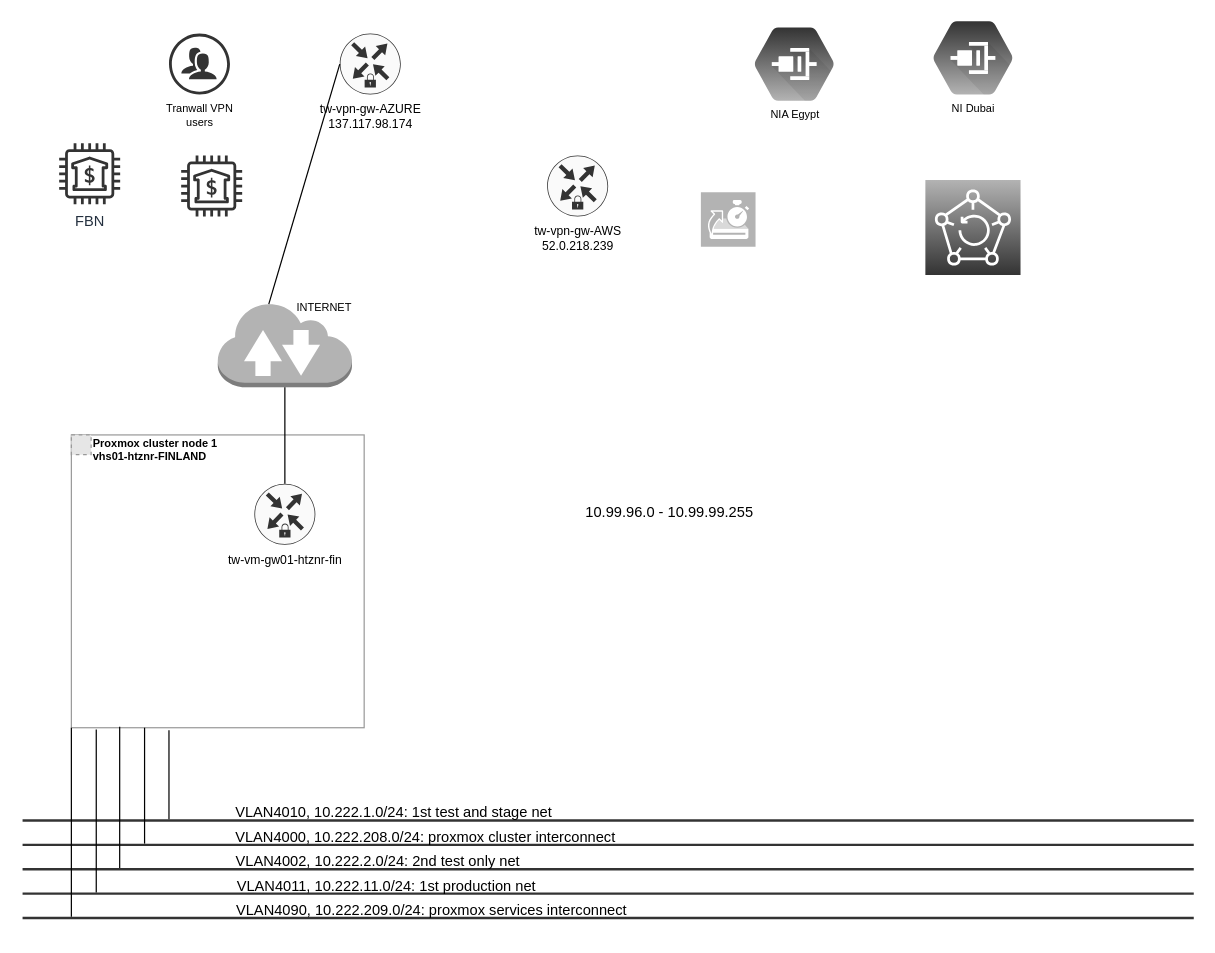
7ak/draw.io keeps this draw.io diagram as net-ge-home.drawio. Above is the earlier version. Source tidied: cells renumbered, new cells numbered last; positions are measured from the earlier drawing's top-left corner, leaving out a move shared by most shapes. Both pictures are drawn from the tidied source at 122%, with x=0, y=0 at pixel (22, 21). Pictures stored in the file or linked from it are replaced by grey dashed boxes.
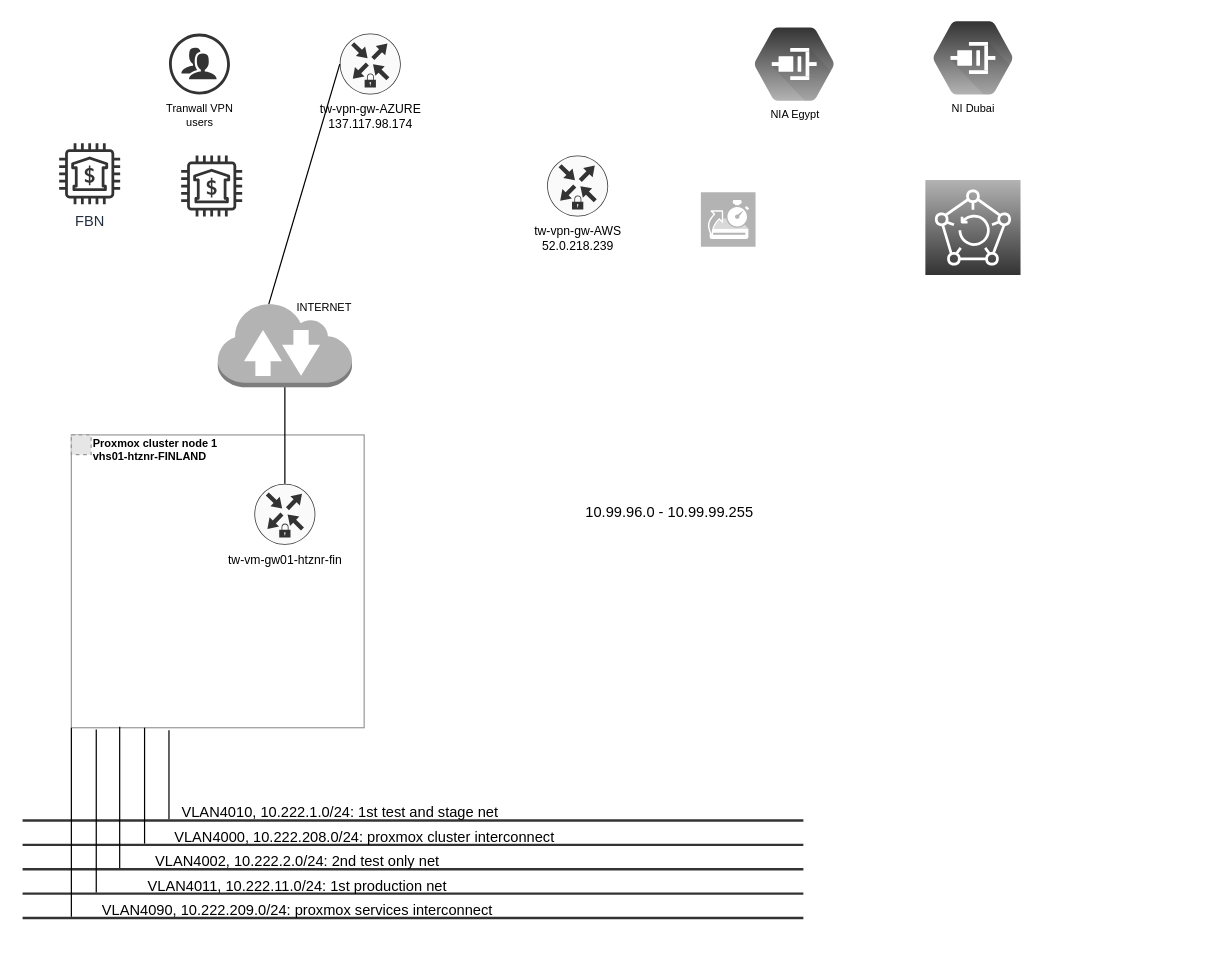
The same diagram, later.

Change to the diagram source:
```diff
@@
-    <mxCell id="6" value="&lt;p style=&quot;line-height: 190%&quot;&gt;&lt;/p&gt;&lt;div&gt;&lt;/div&gt;VLAN4090, 10.222.209.0/24: proxmox services interconnect&lt;br&gt;&lt;p&gt;&lt;/p&gt;" style="line;strokeWidth=2;html=1;perimeter=backbonePerimeter;points=[];outlineConnect=0;strokeColor=#333333;spacingTop=0;verticalAlign=bottom;spacing=0;labelBackgroundColor=none;align=center;labelPosition=center;verticalLabelPosition=top;spacingBottom=-18;spacingRight=290;" parent="1" vertex="1">
-      <mxGeometry y="730" width="960" height="10" as="geometry" />
+    <mxCell id="6" value="&lt;p style=&quot;line-height: 190%&quot;&gt;&lt;/p&gt;&lt;div&gt;&lt;/div&gt;VLAN4090, 10.222.209.0/24: proxmox services interconnect&lt;br&gt;&lt;p&gt;&lt;/p&gt;" style="line;strokeWidth=2;html=1;perimeter=backbonePerimeter;points=[];outlineConnect=0;strokeColor=#333333;spacingTop=0;verticalAlign=bottom;spacing=0;labelBackgroundColor=none;align=center;labelPosition=center;verticalLabelPosition=top;spacingBottom=-18;spacingRight=190;" parent="1" vertex="1">
+      <mxGeometry y="730" width="640" height="10" as="geometry" />
     </mxCell>
-    <mxCell id="7" value="&lt;p style=&quot;line-height: 190%&quot;&gt;&lt;/p&gt;&lt;div&gt;&lt;/div&gt;VLAN4011, 10.222.11.0/24: 1st production net&lt;br&gt;&lt;p&gt;&lt;/p&gt;" style="line;strokeWidth=2;html=1;perimeter=backbonePerimeter;points=[];outlineConnect=0;strokeColor=#333333;spacingTop=0;verticalAlign=bottom;spacing=0;labelBackgroundColor=none;align=center;labelPosition=center;verticalLabelPosition=top;spacingBottom=-18;spacingRight=365;" parent="1" vertex="1">
-      <mxGeometry y="710" width="960" height="10" as="geometry" />
+    <mxCell id="7" value="&lt;p style=&quot;line-height: 190%&quot;&gt;&lt;/p&gt;&lt;div&gt;&lt;/div&gt;VLAN4011, 10.222.11.0/24: 1st production net&lt;br&gt;&lt;p&gt;&lt;/p&gt;" style="line;strokeWidth=2;html=1;perimeter=backbonePerimeter;points=[];outlineConnect=0;strokeColor=#333333;spacingTop=0;verticalAlign=bottom;spacing=0;labelBackgroundColor=none;align=center;labelPosition=center;verticalLabelPosition=top;spacingBottom=-18;spacingRight=190;" parent="1" vertex="1">
+      <mxGeometry y="710" width="640" height="10" as="geometry" />
     </mxCell>
-    <mxCell id="8" value="&lt;p style=&quot;line-height: 190%&quot;&gt;&lt;/p&gt;&lt;div&gt;&lt;/div&gt;VLAN4002, 10.222.2.0/24: 2nd test only net&lt;br&gt;&lt;p&gt;&lt;/p&gt;" style="line;strokeWidth=2;html=1;perimeter=backbonePerimeter;points=[];outlineConnect=0;strokeColor=#333333;spacingTop=0;verticalAlign=bottom;spacing=0;labelBackgroundColor=none;align=center;labelPosition=center;verticalLabelPosition=top;spacingBottom=-18;spacingRight=378;" parent="1" vertex="1">
-      <mxGeometry y="690" width="960" height="10" as="geometry" />
+    <mxCell id="8" value="&lt;p style=&quot;line-height: 190%&quot;&gt;&lt;/p&gt;&lt;div&gt;&lt;/div&gt;VLAN4002, 10.222.2.0/24: 2nd test only net&lt;br&gt;&lt;p&gt;&lt;/p&gt;" style="line;strokeWidth=2;html=1;perimeter=backbonePerimeter;points=[];outlineConnect=0;strokeColor=#333333;spacingTop=0;verticalAlign=bottom;spacing=0;labelBackgroundColor=none;align=center;labelPosition=center;verticalLabelPosition=top;spacingBottom=-18;spacingRight=190;" parent="1" vertex="1">
+      <mxGeometry y="690" width="640" height="10" as="geometry" />
     </mxCell>
-    <mxCell id="9" value="&lt;p style=&quot;line-height: 190%&quot;&gt;&lt;/p&gt;&lt;div&gt;&lt;/div&gt;VLAN4000, 10.222.208.0/24: proxmox cluster interconnect&lt;br&gt;&lt;p&gt;&lt;/p&gt;" style="line;strokeWidth=2;html=1;perimeter=backbonePerimeter;points=[];outlineConnect=0;strokeColor=#333333;spacingTop=0;verticalAlign=bottom;spacing=0;labelBackgroundColor=none;align=center;labelPosition=center;verticalLabelPosition=top;spacingBottom=-18;spacingRight=300;" parent="1" vertex="1">
-      <mxGeometry y="670" width="960" height="10" as="geometry" />
+    <mxCell id="9" value="&lt;p style=&quot;line-height: 190%&quot;&gt;&lt;/p&gt;&lt;div&gt;&lt;/div&gt;VLAN4000, 10.222.208.0/24: proxmox cluster interconnect&lt;br&gt;&lt;p&gt;&lt;/p&gt;" style="line;strokeWidth=2;html=1;perimeter=backbonePerimeter;points=[];outlineConnect=0;strokeColor=#333333;spacingTop=0;verticalAlign=bottom;spacing=0;labelBackgroundColor=none;align=center;labelPosition=center;verticalLabelPosition=top;spacingBottom=-18;spacingRight=80;" parent="1" vertex="1">
+      <mxGeometry y="670" width="640" height="10" as="geometry" />
     </mxCell>
-    <mxCell id="10" value="&lt;p style=&quot;line-height: 190%&quot;&gt;&lt;/p&gt;&lt;div&gt;&lt;/div&gt;VLAN4010, 10.222.1.0/24: 1st test and stage net&lt;br&gt;&lt;p&gt;&lt;/p&gt;" style="line;strokeWidth=2;html=1;perimeter=backbonePerimeter;points=[];outlineConnect=0;strokeColor=#333333;spacingTop=0;verticalAlign=bottom;spacing=0;labelBackgroundColor=none;align=center;labelPosition=center;verticalLabelPosition=top;spacingBottom=-18;spacingRight=352;" parent="1" vertex="1">
-      <mxGeometry y="650" width="960" height="10" as="geometry" />
+    <mxCell id="10" value="&lt;p style=&quot;line-height: 190%&quot;&gt;&lt;/p&gt;&lt;div&gt;&lt;/div&gt;VLAN4010, 10.222.1.0/24: 1st test and stage net&lt;br&gt;&lt;p&gt;&lt;/p&gt;" style="line;strokeWidth=2;html=1;perimeter=backbonePerimeter;points=[];outlineConnect=0;strokeColor=#333333;spacingTop=0;verticalAlign=bottom;spacing=0;labelBackgroundColor=none;align=center;labelPosition=center;verticalLabelPosition=top;spacingBottom=-18;spacingRight=120;" parent="1" vertex="1">
+      <mxGeometry y="650" width="640" height="10" as="geometry" />
     </mxCell>
```
